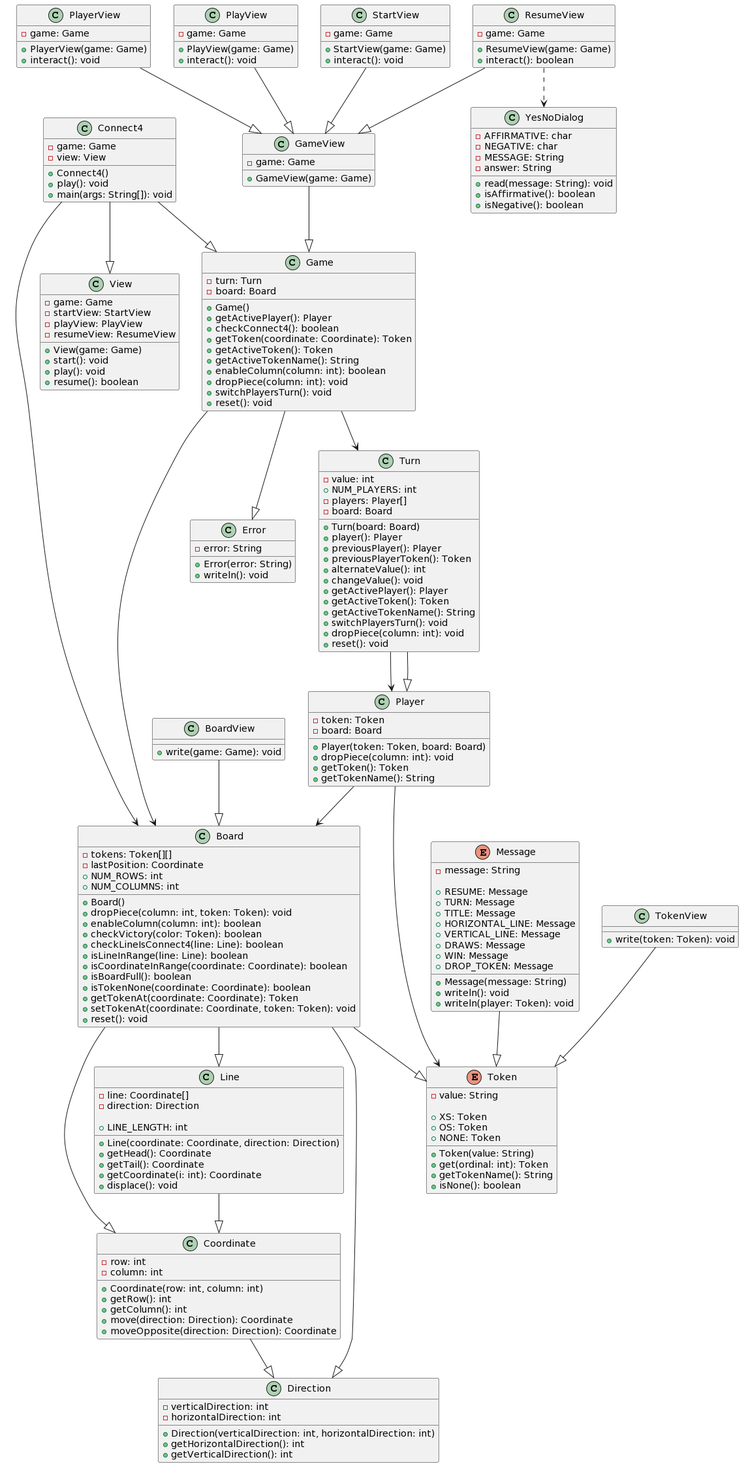
Earlier version of the PlantUML export Connect4_UML.png (dreynes/connect4).
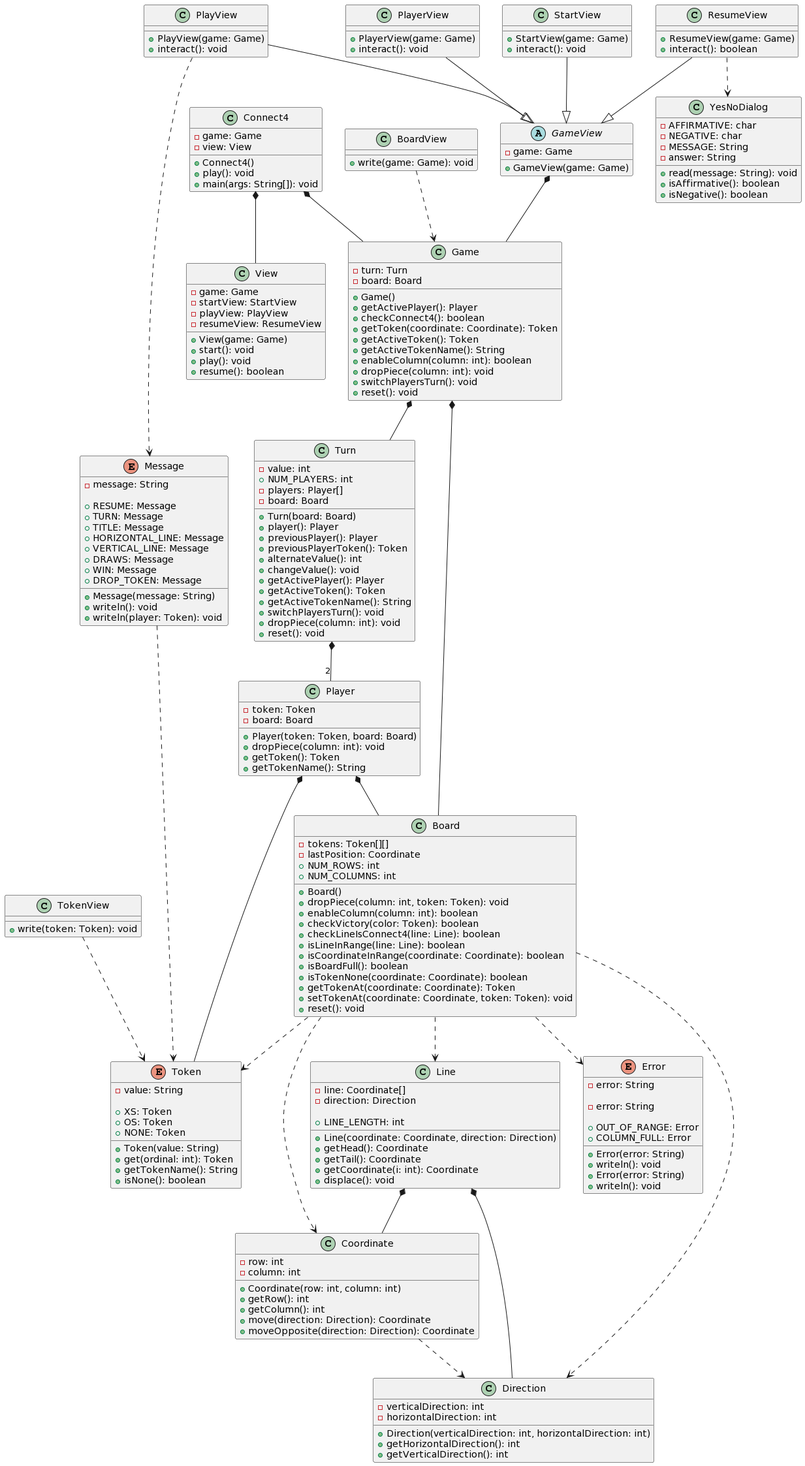
After the change.

Diff of the diagram source:
```diff
@@ -128,6 +128,16 @@
   +writeln(player: Token): void
 }
 
+enum Error {
+  -error: String
+
+  +OUT_OF_RANGE: Error
+  +COLUMN_FULL: Error
+
+  +Error(error: String)
+  +writeln(): void
+}
+
 class Game {
   -turn: Turn
   -board: Board
@@ -160,36 +170,28 @@
   +write(game: Game): void
 }
 
-class GameView {
+abstract GameView {
   -game: Game
 
   +GameView(game: Game)
 }
 
 class PlayerView {
-  -game: Game
-
   +PlayerView(game: Game)
   +interact(): void
 }
 
 class PlayView {
-  -game: Game
-
   +PlayView(game: Game)
   +interact(): void
 }
 
 class ResumeView {
-  -game: Game
-
   +ResumeView(game: Game)
   +interact(): boolean
 }
 
 class StartView {
-  -game: Game
-
   +StartView(game: Game)
   +interact(): void
 }
@@ -209,29 +211,29 @@
   +isNegative(): boolean
 }
 
-Connect4 --|> Game
-Connect4 --|> View
-Connect4 --> Board
-Board --|> Token
-Board --|> Coordinate
-Board --|> Direction
-Board --|> Line
-Coordinate --|> Direction
-Game --> Turn
-Game --> Board
-Turn --> Player
-Game --|> Error
-Line --|> Coordinate
-Message --|> Token
-Player --> Token
-Player --> Board
-Turn --|> Player
-BoardView --|> Board
-GameView --|> Game
+Connect4 *-- Game
+Connect4 *-- View
+Board ..> Token
+Board ..> Coordinate
+Board ..> Direction
+Board ..> Line
+Coordinate ..> Direction
+Game *-- Turn
+Game *-- Board
+Turn *--"2" Player
+Board ..> Error
+Line *-- Coordinate
+Line *-- Direction
+Message ..> Token
+Player *-- Token
+Player *-- Board
+BoardView ..> Game
+GameView *-- Game
 PlayerView --|> GameView
 PlayView --|> GameView
+PlayView ..> Message
 ResumeView --|> GameView
 ResumeView ..> YesNoDialog
 StartView --|> GameView
-TokenView --|> Token
+TokenView ..> Token
 @enduml
```
